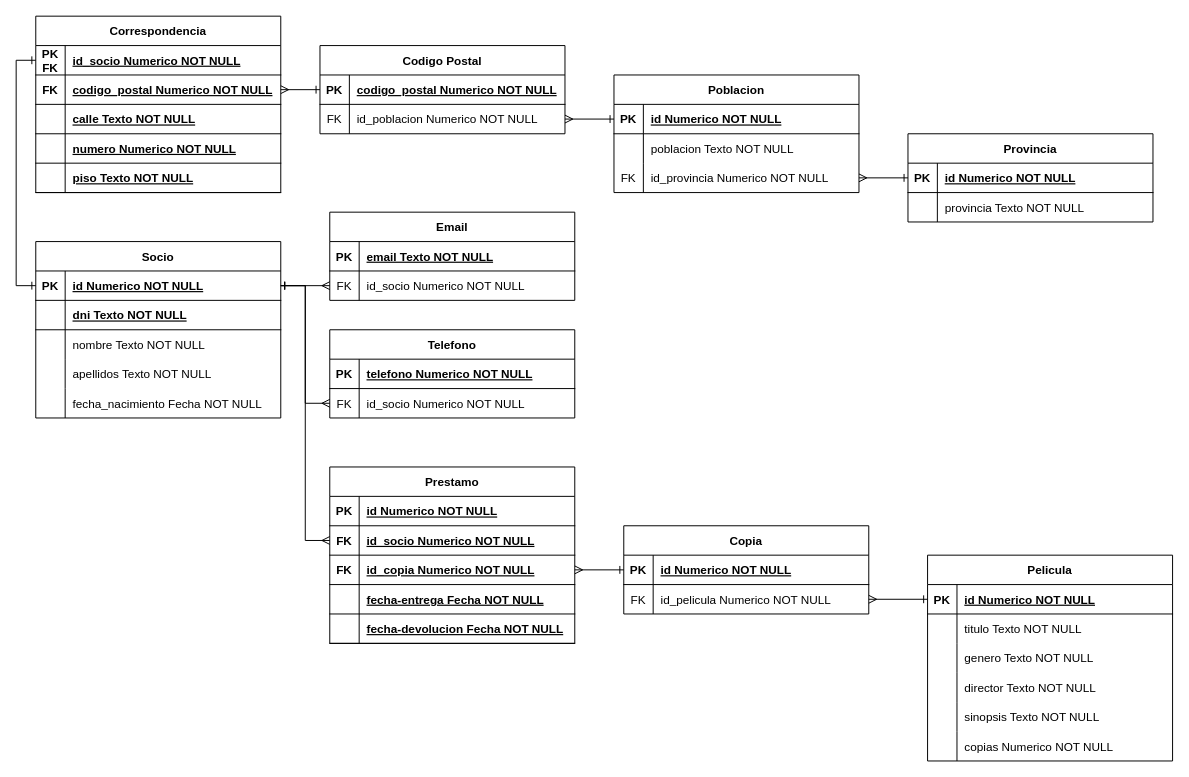
The draw.io diagram Videoclub.drawio in codesthenos/KC-WEB17-SQL-codesthenos, before the edit. Source tidied: cells renumbered, new cells numbered last; positions are measured from the earlier drawing's top-left corner, leaving out a move shared by most shapes. Both pictures are drawn from the tidied source at 98%, with x=0, y=0 at pixel (35, 16).
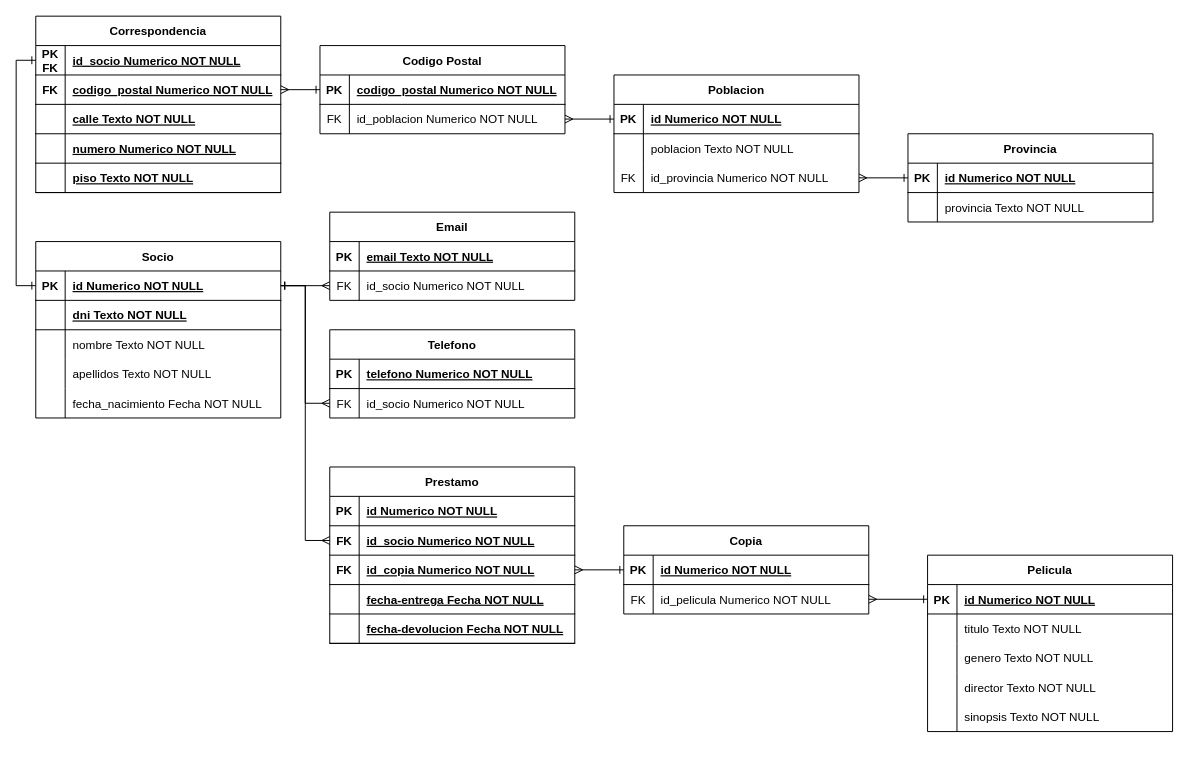
The same diagram, later.

Commit message:
Quito el atributo copias de Peliculas ya que con un COUNT en Copias puedo sacar ese valor

Diff of the diagram source:
```diff
@@
     <mxCell id="104" value="Pelicula" style="shape=table;startSize=30;childLayout=tableLayout;rowLines=0;fontStyle=1;align=center;" parent="1" vertex="1">
-      <mxGeometry x="910" y="550" width="250" height="210" as="geometry" />
+      <mxGeometry x="910" y="550" width="250" height="180" as="geometry" />
     </mxCell>
@@
-    <mxCell id="120" style="shape=partialRectangle;fillColor=none;top=0;left=0;right=0;bottom=0;" parent="104" vertex="1">
-      <mxGeometry y="180" width="250" height="30" as="geometry" />
-    </mxCell>
-    <mxCell id="121" style="shape=partialRectangle;overflow=hidden;fillColor=none;top=0;left=0;bottom=0;right=0;" parent="120" vertex="1">
-      <mxGeometry width="30" height="30" as="geometry" />
-    </mxCell>
-    <mxCell id="122" value="copias Numerico NOT NULL" style="shape=partialRectangle;overflow=hidden;fillColor=none;top=0;left=0;bottom=0;right=0;align=left;spacingLeft=6;" parent="120" vertex="1">
-      <mxGeometry x="30" width="220" height="30" as="geometry" />
-    </mxCell>
```
